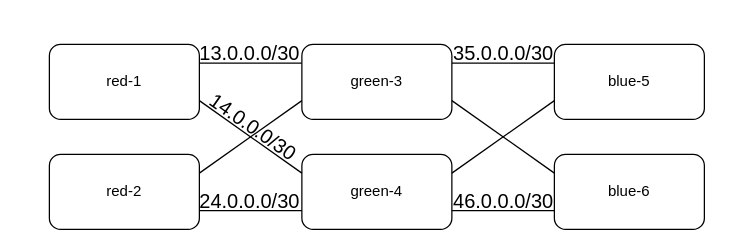
Above: juniper-lab.drawio in plasmin/clab (draw.io), before the change. Source tidied: cells renumbered, new cells numbered last; positions are measured from the earlier drawing's top-left corner, leaving out a move shared by most shapes. Both pictures are drawn from the tidied source at 125%, with x=0, y=0 at pixel (49, 44).
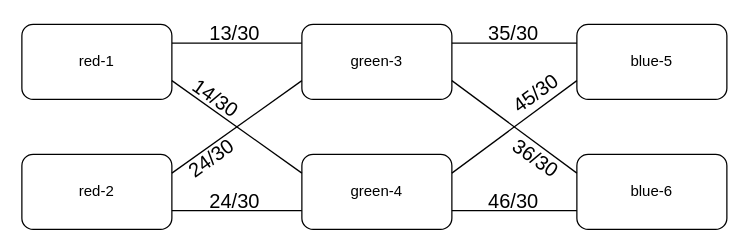
Above is the later version.

Change to the diagram source:
```diff
@@
     <mxCell id="2" value="red-2" style="rounded=1;whiteSpace=wrap;html=1;" parent="1" vertex="1">
-      <mxGeometry y="88" width="120" height="60" as="geometry" />
+      <mxGeometry x="-22" y="88" width="120" height="60" as="geometry" />
     </mxCell>
@@
     <mxCell id="4" value="red-1" style="rounded=1;whiteSpace=wrap;html=1;" parent="1" vertex="1">
-      <mxGeometry width="120" height="60" as="geometry" />
+      <mxGeometry x="-22" y="-16" width="120" height="60" as="geometry" />
     </mxCell>
@@
     <mxCell id="6" value="green-3" style="rounded=1;whiteSpace=wrap;html=1;" parent="1" vertex="1">
-      <mxGeometry x="202" width="120" height="60" as="geometry" />
+      <mxGeometry x="202" y="-16" width="120" height="60" as="geometry" />
     </mxCell>
     <mxCell id="7" value="blue-6" style="rounded=1;whiteSpace=wrap;html=1;" parent="1" vertex="1">
-      <mxGeometry x="404" y="88" width="120" height="60" as="geometry" />
+      <mxGeometry x="422" y="88" width="120" height="60" as="geometry" />
     </mxCell>
     <mxCell id="8" value="blue-5" style="rounded=1;whiteSpace=wrap;html=1;" parent="1" vertex="1">
-      <mxGeometry x="404" width="120" height="60" as="geometry" />
+      <mxGeometry x="422" y="-16" width="120" height="60" as="geometry" />
     </mxCell>
@@
-    <mxCell id="12" value="13.0.0.0/30" style="text;html=1;align=center;verticalAlign=middle;whiteSpace=wrap;rounded=0;fontSize=16;" parent="1" vertex="1">
-      <mxGeometry x="117" width="87" height="14" as="geometry" />
+    <mxCell id="12" value="13/30" style="text;html=1;align=center;verticalAlign=middle;whiteSpace=wrap;rounded=0;fontSize=16;" parent="1" vertex="1">
+      <mxGeometry x="126" y="-16" width="45" height="14" as="geometry" />
     </mxCell>
-    <mxCell id="13" value="14.0.0.0/30" style="text;html=1;align=center;verticalAlign=middle;whiteSpace=wrap;rounded=0;fontSize=16;rotation=35;" parent="1" vertex="1">
-      <mxGeometry x="120" y="58" width="87" height="16" as="geometry" />
+    <mxCell id="13" value="14/30" style="text;html=1;align=center;verticalAlign=middle;whiteSpace=wrap;rounded=0;fontSize=16;rotation=35;" parent="1" vertex="1">
+      <mxGeometry x="111" y="35" width="45.2" height="16" as="geometry" />
     </mxCell>
@@
-    <mxCell id="18" value="35.0.0.0/30" style="text;html=1;align=center;verticalAlign=middle;whiteSpace=wrap;rounded=0;fontSize=16;" parent="1" vertex="1">
-      <mxGeometry x="320" width="87" height="14" as="geometry" />
+    <mxCell id="18" value="35/30" style="text;html=1;align=center;verticalAlign=middle;whiteSpace=wrap;rounded=0;fontSize=16;" parent="1" vertex="1">
+      <mxGeometry x="349" y="-16" width="45" height="14" as="geometry" />
     </mxCell>
-    <mxCell id="19" value="46.0.0.0/30" style="text;html=1;align=center;verticalAlign=middle;whiteSpace=wrap;rounded=0;fontSize=16;" parent="1" vertex="1">
-      <mxGeometry x="320" y="118" width="87" height="14" as="geometry" />
+    <mxCell id="19" value="46/30" style="text;html=1;align=center;verticalAlign=middle;whiteSpace=wrap;rounded=0;fontSize=16;" parent="1" vertex="1">
+      <mxGeometry x="349" y="118" width="45" height="14" as="geometry" />
     </mxCell>
-    <mxCell id="20" value="24.0.0.0/30" style="text;html=1;align=center;verticalAlign=middle;whiteSpace=wrap;rounded=0;fontSize=16;" parent="1" vertex="1">
-      <mxGeometry x="117" y="118" width="87" height="14" as="geometry" />
+    <mxCell id="20" value="24/30" style="text;html=1;align=center;verticalAlign=middle;whiteSpace=wrap;rounded=0;fontSize=16;" parent="1" vertex="1">
+      <mxGeometry x="126" y="118" width="45" height="14" as="geometry" />
     </mxCell>
+    <mxCell id="21" value="36/30" style="text;html=1;align=center;verticalAlign=middle;whiteSpace=wrap;rounded=0;fontSize=16;rotation=35;" parent="1" vertex="1">
+      <mxGeometry x="367" y="84" width="45" height="14" as="geometry" />
+    </mxCell>
+    <mxCell id="22" value="45/30" style="text;html=1;align=center;verticalAlign=middle;whiteSpace=wrap;rounded=0;fontSize=16;rotation=324;" parent="1" vertex="1">
+      <mxGeometry x="367" y="32" width="44" height="14" as="geometry" />
+    </mxCell>
+    <mxCell id="23" value="24/30" style="text;html=1;align=center;verticalAlign=middle;whiteSpace=wrap;rounded=0;fontSize=16;rotation=324;" parent="1" vertex="1">
+      <mxGeometry x="107" y="84" width="45" height="14" as="geometry" />
+    </mxCell>
```
